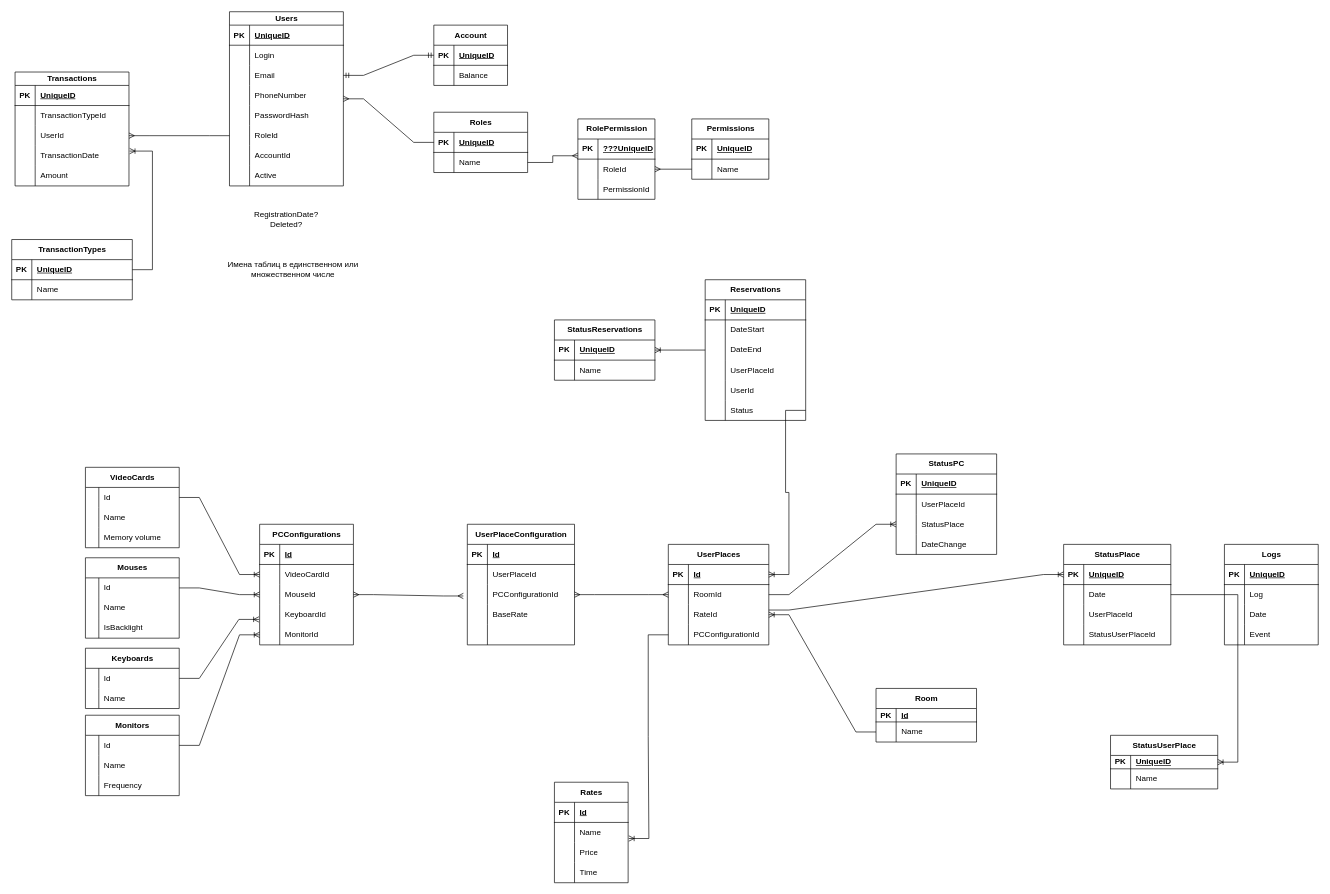
This is ER night-meerkats.drawio from IIeasyII/night-meerkats, a draw.io file, before an edit. Source tidied: cells renumbered, new cells numbered last; positions are measured from the earlier drawing's top-left corner, leaving out a move shared by most shapes. Both pictures are drawn from the tidied source at 67%, with x=0, y=0 at pixel (11, 11).
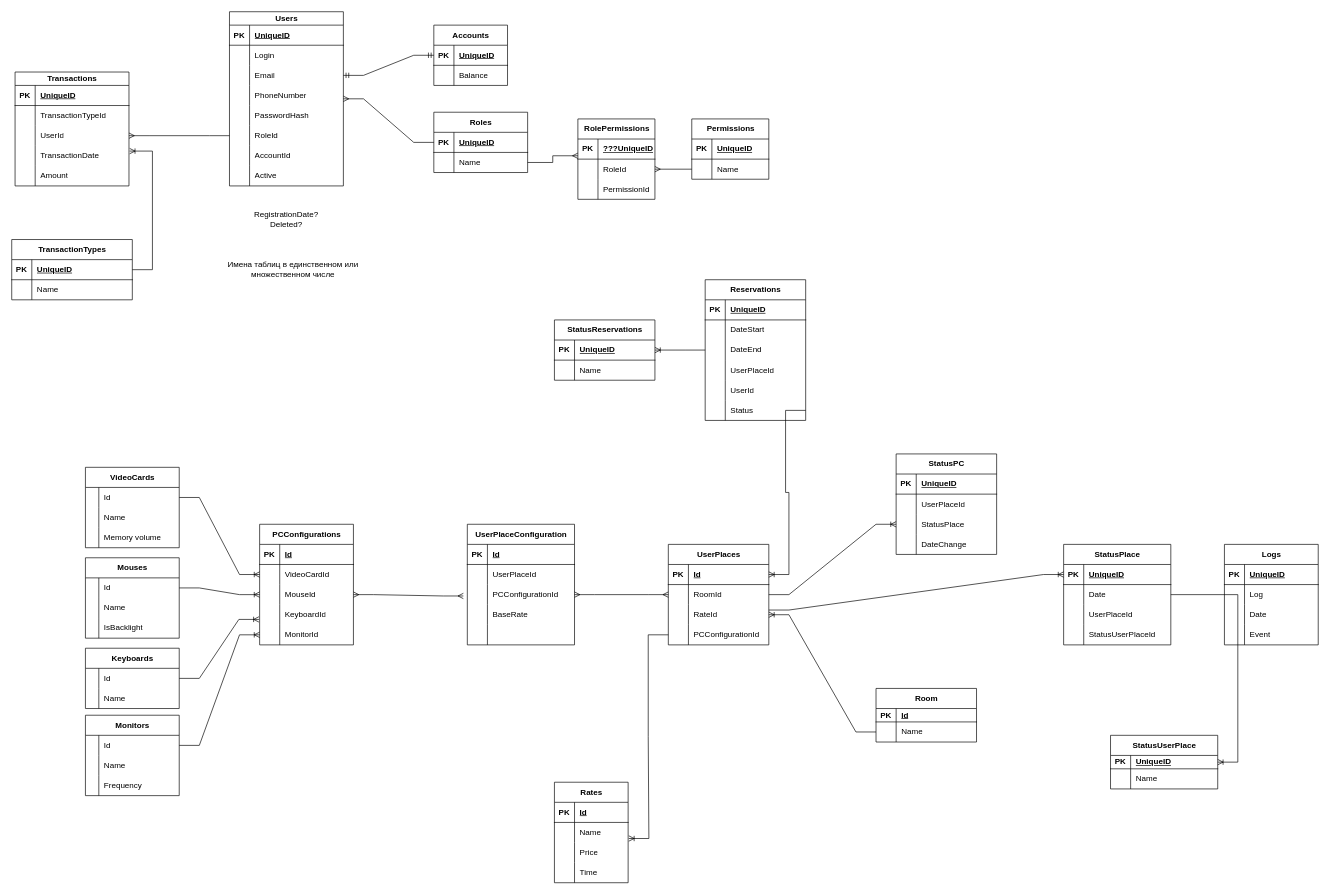
The same diagram, later.

The edit, as a diff of the source:
```diff
@@
-    <mxCell id="16" value="Account" style="shape=table;startSize=30;childLayout=tableLayout;rowLines=0;fontStyle=1;align=center;html=1;" parent="1" vertex="1">
+    <mxCell id="16" value="Accounts" style="shape=table;startSize=30;childLayout=tableLayout;rowLines=0;fontStyle=1;align=center;html=1;" parent="1" vertex="1">
       <mxGeometry x="630" y="20" width="110" height="90" as="geometry" />
     </mxCell>
@@
-    <mxCell id="264" value="RolePermission" style="shape=table;startSize=30;childLayout=tableLayout;rowLines=0;fontStyle=1;align=center;html=1;" parent="1" vertex="1">
+    <mxCell id="264" value="RolePermissions" style="shape=table;startSize=30;childLayout=tableLayout;rowLines=0;fontStyle=1;align=center;html=1;" parent="1" vertex="1">
       <mxGeometry x="845" y="160" width="115" height="120" as="geometry" />
     </mxCell>
```
